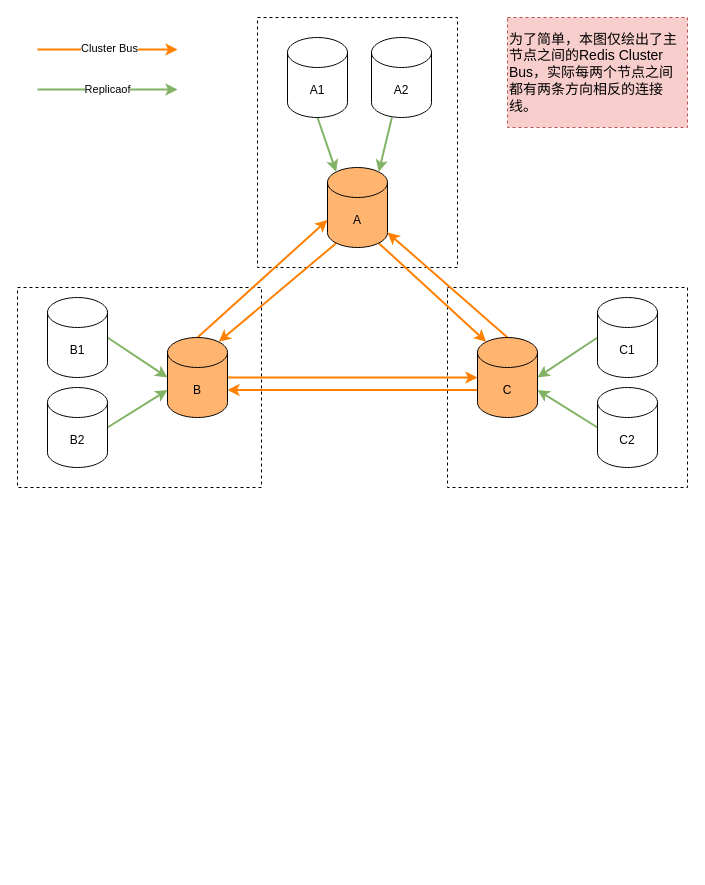
Earlier version of the draw.io diagram page "Cluster" (6 of 6) of Untitled Diagram.drawio (raysonxin/code-notes). Source tidied: cells renumbered, new cells numbered last; positions are measured from the earlier drawing's top-left corner, leaving out a move shared by most shapes. Both pictures are drawn from the tidied source at 100%, with x=0, y=0 at pixel (17, 17).
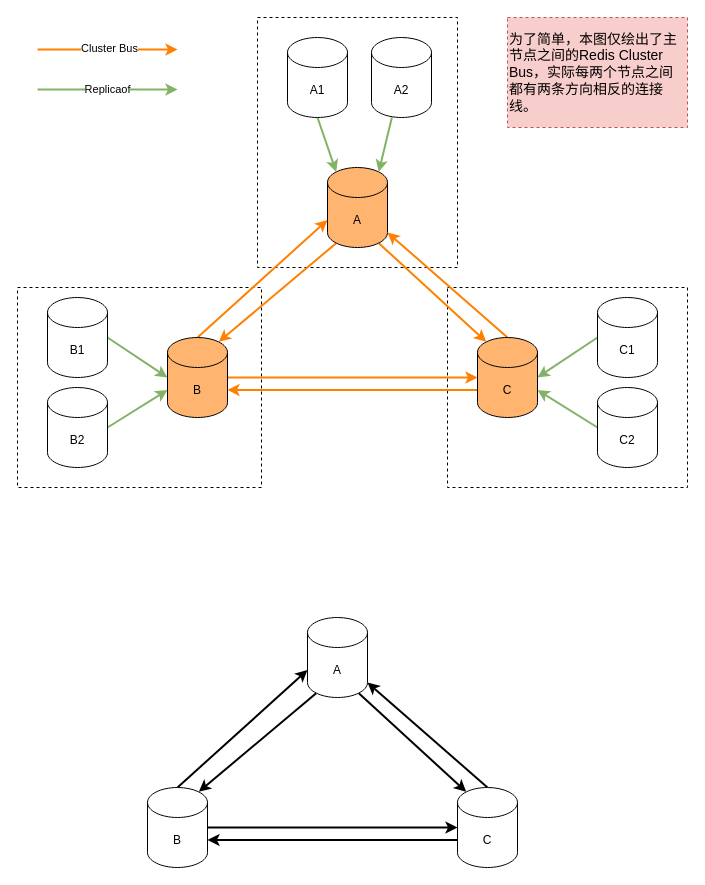
The same page after the edit.

Change to the diagram source:
```diff
@@
+    <mxCell id="31" style="rounded=0;jettySize=auto;html=1;exitX=0.145;exitY=1;exitDx=0;exitDy=-4.35;exitPerimeter=0;entryX=0.855;entryY=0;entryDx=0;entryDy=4.35;entryPerimeter=0;strokeWidth=2;" parent="1" edge="1" source="33" target="36">
+      <mxGeometry relative="1" as="geometry" />
+    </mxCell>
+    <mxCell id="32" style="edgeStyle=none;rounded=0;jettySize=auto;html=1;exitX=0.855;exitY=1;exitDx=0;exitDy=-4.35;exitPerimeter=0;entryX=0.145;entryY=0;entryDx=0;entryDy=4.35;entryPerimeter=0;strokeWidth=2;" parent="1" edge="1" source="33" target="39">
+      <mxGeometry relative="1" as="geometry" />
+    </mxCell>
+    <mxCell id="33" value="A" style="shape=cylinder3;whiteSpace=wrap;html=1;boundedLbl=1;backgroundOutline=1;size=15;" parent="1" vertex="1">
+      <mxGeometry x="290" y="600" width="60" height="80" as="geometry" />
+    </mxCell>
+    <mxCell id="34" style="edgeStyle=none;rounded=0;jettySize=auto;html=1;exitX=0.5;exitY=0;exitDx=0;exitDy=0;exitPerimeter=0;entryX=0;entryY=0;entryDx=0;entryDy=52.5;entryPerimeter=0;strokeWidth=2;" parent="1" edge="1" source="36" target="33">
+      <mxGeometry relative="1" as="geometry" />
+    </mxCell>
+    <mxCell id="35" style="edgeStyle=none;rounded=0;jettySize=auto;html=1;exitX=1;exitY=0.5;exitDx=0;exitDy=0;exitPerimeter=0;entryX=0;entryY=0.5;entryDx=0;entryDy=0;entryPerimeter=0;strokeWidth=2;" parent="1" edge="1" source="36" target="39">
+      <mxGeometry relative="1" as="geometry" />
+    </mxCell>
+    <mxCell id="36" value="B" style="shape=cylinder3;whiteSpace=wrap;html=1;boundedLbl=1;backgroundOutline=1;size=15;" parent="1" vertex="1">
+      <mxGeometry x="130" y="770" width="60" height="80" as="geometry" />
+    </mxCell>
+    <mxCell id="37" style="edgeStyle=none;rounded=0;jettySize=auto;html=1;exitX=0.5;exitY=0;exitDx=0;exitDy=0;exitPerimeter=0;entryX=1;entryY=1;entryDx=0;entryDy=-15;entryPerimeter=0;strokeWidth=2;" parent="1" edge="1" source="39" target="33">
+      <mxGeometry relative="1" as="geometry" />
+    </mxCell>
+    <mxCell id="38" style="edgeStyle=none;rounded=0;jettySize=auto;html=1;exitX=0;exitY=0;exitDx=0;exitDy=52.5;exitPerimeter=0;entryX=1;entryY=0;entryDx=0;entryDy=52.5;entryPerimeter=0;strokeWidth=2;" parent="1" edge="1" source="39" target="36">
+      <mxGeometry relative="1" as="geometry" />
+    </mxCell>
+    <mxCell id="39" value="C" style="shape=cylinder3;whiteSpace=wrap;html=1;boundedLbl=1;backgroundOutline=1;size=15;" parent="1" vertex="1">
+      <mxGeometry x="440" y="770" width="60" height="80" as="geometry" />
+    </mxCell>
+    <mxCell id="40" style="edgeStyle=none;rounded=0;orthogonalLoop=1;jettySize=auto;html=1;exitX=1;exitY=0.5;exitDx=0;exitDy=0;strokeWidth=2;" parent="1" edge="1">
+      <mxGeometry relative="1" as="geometry">
+        <mxPoint x="224" y="820" as="sourcePoint" />
+        <mxPoint x="224" y="820" as="targetPoint" />
+      </mxGeometry>
+    </mxCell>
```
